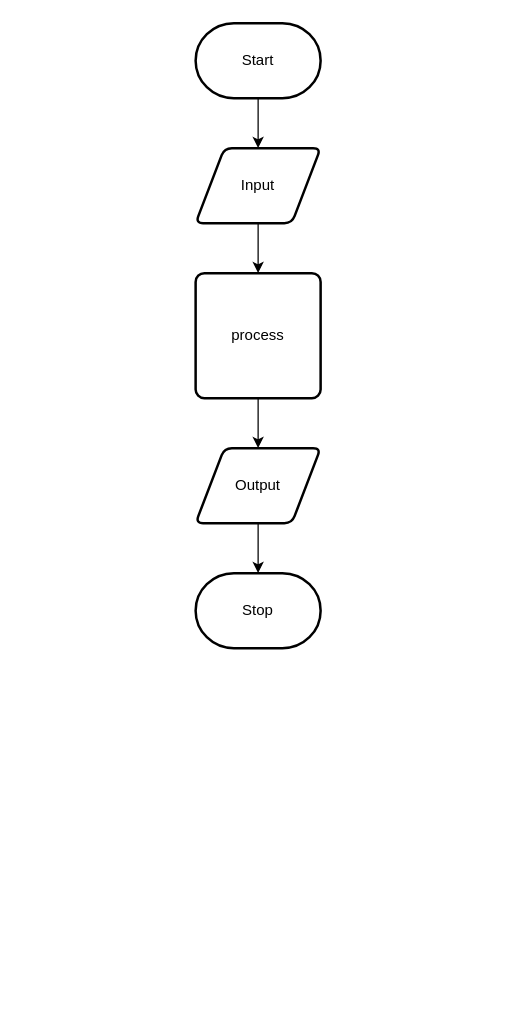
ashley-monaghan/ICS2OR-Unit-6-03 keeps this draw.io diagram as design/flow-chart.drawio. Above is the earlier version. Source tidied: cells renumbered, new cells numbered last; positions are measured from the earlier drawing's top-left corner, leaving out a move shared by most shapes. Both pictures are drawn from the tidied source at 125%, with x=0, y=0 at pixel (195, 22).
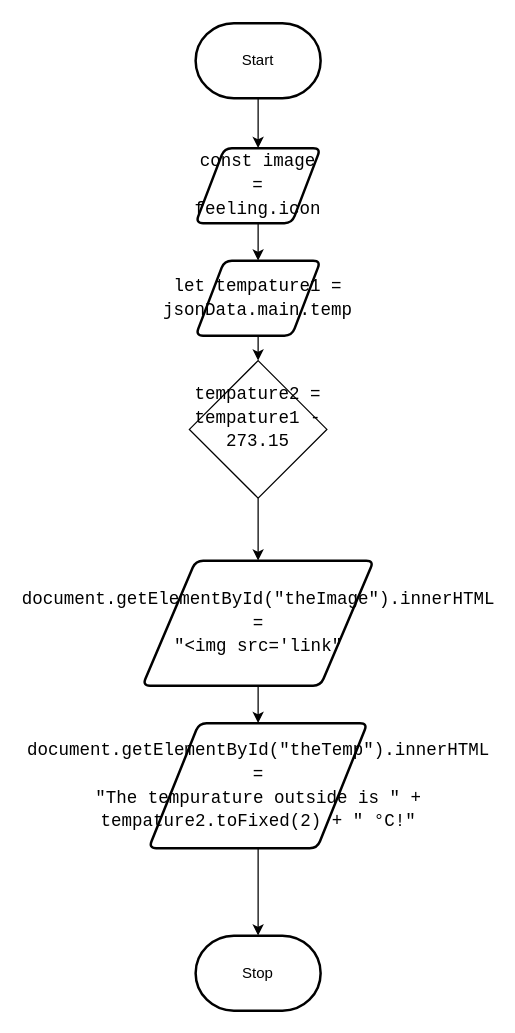
Above is the later version.

The edit, as a diff of the source:
```diff
@@
 <mxGraphModel>
   <root>
     <mxCell id="0" />
     <mxCell id="1" parent="0" />
     <mxCell id="2" style="edgeStyle=none;html=1;" parent="1" edge="1" source="3" target="5">
       <mxGeometry relative="1" as="geometry" />
     </mxCell>
-    <mxCell id="3" value="Start" style="strokeWidth=2;html=1;shape=mxgraph.flowchart.terminator;whiteSpace=wrap;" parent="1" vertex="1">
+    <mxCell id="3" value="&lt;font color=&quot;#000000&quot;&gt;Start&lt;/font&gt;" style="strokeWidth=2;html=1;shape=mxgraph.flowchart.terminator;whiteSpace=wrap;" parent="1" vertex="1">
       <mxGeometry width="100" height="60" as="geometry" />
     </mxCell>
-    <mxCell id="4" style="edgeStyle=none;html=1;" parent="1" edge="1" source="5" target="7">
-      <mxGeometry relative="1" as="geometry" />
-    </mxCell>
+    <mxCell id="11" style="edgeStyle=none;html=1;fontColor=#000000;" parent="1" edge="1" source="5" target="13">
+      <mxGeometry relative="1" as="geometry" />
+    </mxCell>
-    <mxCell id="5" value="Input" style="shape=parallelogram;html=1;strokeWidth=2;perimeter=parallelogramPerimeter;whiteSpace=wrap;rounded=1;arcSize=12;size=0.23;" parent="1" vertex="1">
+    <mxCell id="5" value="&lt;div style=&quot;font-family: &amp;#34;consolas&amp;#34; , &amp;#34;courier new&amp;#34; , monospace ; font-weight: normal ; font-size: 14px ; line-height: 19px&quot;&gt;&lt;div&gt;&lt;div style=&quot;font-family: &amp;#34;consolas&amp;#34; , &amp;#34;courier new&amp;#34; , monospace ; line-height: 19px&quot;&gt;&lt;div&gt;    &lt;font color=&quot;#000000&quot;&gt;const image = feeling.icon&lt;/font&gt;&lt;/div&gt;&lt;div style=&quot;background-color: rgb(30 , 30 , 30) ; color: rgb(212 , 212 , 212)&quot;&gt;&lt;/div&gt;&lt;/div&gt;&lt;/div&gt;&lt;div style=&quot;background-color: rgb(30 , 30 , 30) ; color: rgb(212 , 212 , 212)&quot;&gt;&lt;span style=&quot;color: #d4d4d4&quot;&gt;&lt;/span&gt;&lt;/div&gt;&lt;/div&gt;" style="shape=parallelogram;html=1;strokeWidth=2;perimeter=parallelogramPerimeter;whiteSpace=wrap;rounded=1;arcSize=12;size=0.23;" parent="1" vertex="1">
       <mxGeometry y="100" width="100" height="60" as="geometry" />
     </mxCell>
-    <mxCell id="6" style="edgeStyle=none;html=1;" parent="1" edge="1" source="7" target="9">
-      <mxGeometry relative="1" as="geometry" />
+    <mxCell id="6" style="edgeStyle=none;html=1;" parent="1" edge="1" target="9">
+      <mxGeometry relative="1" as="geometry">
+        <mxPoint x="50" y="531" as="sourcePoint" />
+      </mxGeometry>
     </mxCell>
-    <mxCell id="7" value="process" style="rounded=1;whiteSpace=wrap;html=1;absoluteArcSize=1;arcSize=14;strokeWidth=2;" parent="1" vertex="1">
-      <mxGeometry y="200" width="100" height="100" as="geometry" />
-    </mxCell>
     <mxCell id="8" style="edgeStyle=none;html=1;" parent="1" edge="1" source="9" target="10">
       <mxGeometry relative="1" as="geometry" />
     </mxCell>
-    <mxCell id="9" value="Output" style="shape=parallelogram;html=1;strokeWidth=2;perimeter=parallelogramPerimeter;whiteSpace=wrap;rounded=1;arcSize=12;size=0.23;" parent="1" vertex="1">
-      <mxGeometry y="340" width="100" height="60" as="geometry" />
+    <mxCell id="9" value="&lt;div style=&quot;font-family: &amp;#34;consolas&amp;#34; , &amp;#34;courier new&amp;#34; , monospace ; font-weight: normal ; font-size: 14px ; line-height: 19px&quot;&gt;&lt;div&gt;&lt;font color=&quot;#000000&quot;&gt;document.getElementById(&quot;theTemp&quot;).innerHTML =&lt;/font&gt;&lt;/div&gt;&lt;div&gt;      &lt;font color=&quot;#000000&quot;&gt;&quot;The tempurature outside is &quot; + tempature2.toFixed(2) + &quot; °C!&quot;&lt;/font&gt;&lt;/div&gt;&lt;/div&gt;" style="shape=parallelogram;html=1;strokeWidth=2;perimeter=parallelogramPerimeter;whiteSpace=wrap;rounded=1;arcSize=12;size=0.23;" parent="1" vertex="1">
+      <mxGeometry x="-37.5" y="560" width="175" height="100" as="geometry" />
     </mxCell>
-    <mxCell id="10" value="Stop" style="strokeWidth=2;html=1;shape=mxgraph.flowchart.terminator;whiteSpace=wrap;" parent="1" vertex="1">
-      <mxGeometry y="440" width="100" height="60" as="geometry" />
+    <mxCell id="10" value="&lt;font color=&quot;#000000&quot;&gt;Stop&lt;/font&gt;" style="strokeWidth=2;html=1;shape=mxgraph.flowchart.terminator;whiteSpace=wrap;" parent="1" vertex="1">
+      <mxGeometry y="730" width="100" height="60" as="geometry" />
     </mxCell>
+    <mxCell id="12" style="edgeStyle=none;html=1;fontColor=#000000;" parent="1" edge="1" source="13" target="15">
+      <mxGeometry relative="1" as="geometry" />
+    </mxCell>
+    <mxCell id="13" value="&lt;div style=&quot;font-family: &amp;#34;consolas&amp;#34; , &amp;#34;courier new&amp;#34; , monospace ; font-weight: normal ; font-size: 14px ; line-height: 19px&quot;&gt;&lt;div&gt;&lt;div style=&quot;font-family: &amp;#34;consolas&amp;#34; , &amp;#34;courier new&amp;#34; , monospace ; line-height: 19px&quot;&gt;&lt;font color=&quot;#000000&quot;&gt;let tempature1 = jsonData.main.temp&lt;/font&gt;&lt;/div&gt;&lt;/div&gt;&lt;div style=&quot;color: rgb(212 , 212 , 212) ; background-color: rgb(30 , 30 , 30)&quot;&gt;&lt;span style=&quot;color: #d4d4d4&quot;&gt;&lt;/span&gt;&lt;/div&gt;&lt;/div&gt;" style="shape=parallelogram;html=1;strokeWidth=2;perimeter=parallelogramPerimeter;whiteSpace=wrap;rounded=1;arcSize=12;size=0.23;" parent="1" vertex="1">
+      <mxGeometry y="190" width="100" height="60" as="geometry" />
+    </mxCell>
+    <mxCell id="14" style="edgeStyle=none;html=1;entryX=0.5;entryY=0;entryDx=0;entryDy=0;fontColor=#000000;" parent="1" edge="1" source="15" target="16">
+      <mxGeometry relative="1" as="geometry" />
+    </mxCell>
+    <mxCell id="15" value="&lt;div style=&quot;font-family: &amp;#34;consolas&amp;#34; , &amp;#34;courier new&amp;#34; , monospace ; font-size: 14px ; line-height: 19px&quot;&gt;&lt;div&gt;    tempature2 = tempature1 - 273.15&lt;/div&gt;&lt;br&gt;&lt;/div&gt;" style="rhombus;whiteSpace=wrap;html=1;labelBackgroundColor=none;fontColor=#000000;" parent="1" vertex="1">
+      <mxGeometry x="-5" y="270" width="110" height="110" as="geometry" />
+    </mxCell>
+    <mxCell id="16" value="&lt;div style=&quot;font-family: &amp;#34;consolas&amp;#34; , &amp;#34;courier new&amp;#34; , monospace ; font-size: 14px ; line-height: 19px&quot;&gt;&lt;div&gt;&lt;font color=&quot;#000000&quot;&gt;document.getElementById(&quot;theImage&quot;).innerHTML =&lt;/font&gt;&lt;/div&gt;&lt;div&gt;      &lt;font color=&quot;#000000&quot;&gt;&quot;&amp;lt;img src='link&quot;&lt;/font&gt;&lt;/div&gt;&lt;/div&gt;" style="shape=parallelogram;html=1;strokeWidth=2;perimeter=parallelogramPerimeter;whiteSpace=wrap;rounded=1;arcSize=12;size=0.23;" parent="1" vertex="1">
+      <mxGeometry x="-42.5" y="430" width="185" height="100" as="geometry" />
+    </mxCell>
   </root>
 </mxGraphModel>
```
